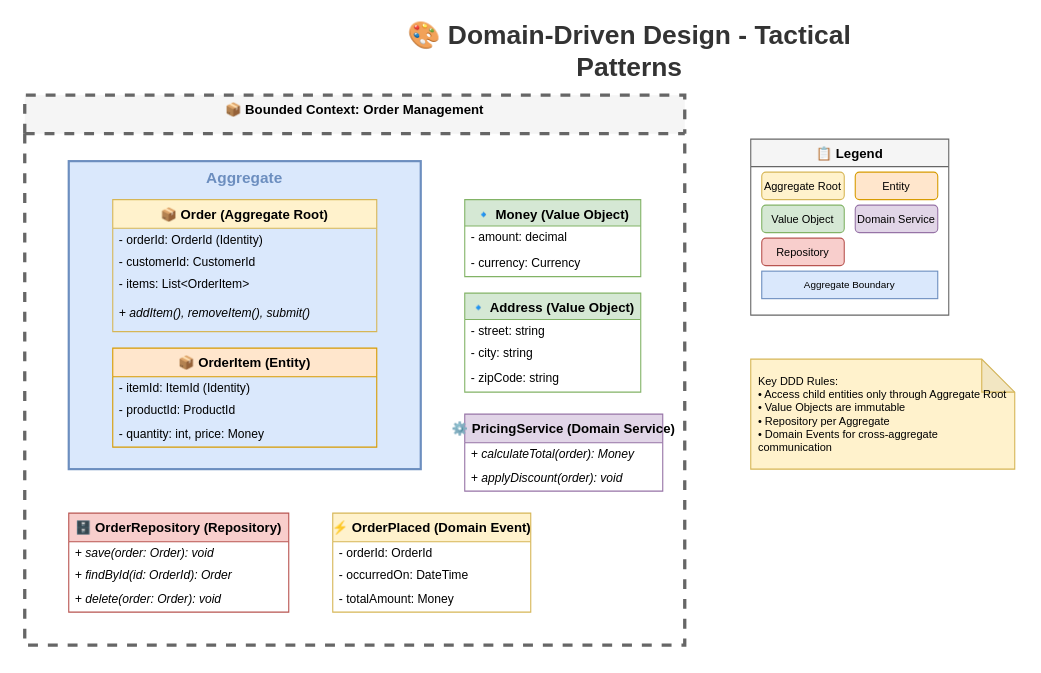
Before: lesson-01-software-design-architecture/01-design-patterns/1.5-ddd-bounded-context.drawio in MrParkerZ7/document-lesson-software-architect-x-claude, a draw.io diagram. Source tidied: cells renumbered, new cells numbered last; positions are measured from the earlier drawing's top-left corner, leaving out a move shared by most shapes. Both pictures are drawn from the tidied source at 110%, with x=0, y=0 at pixel (24, 29).
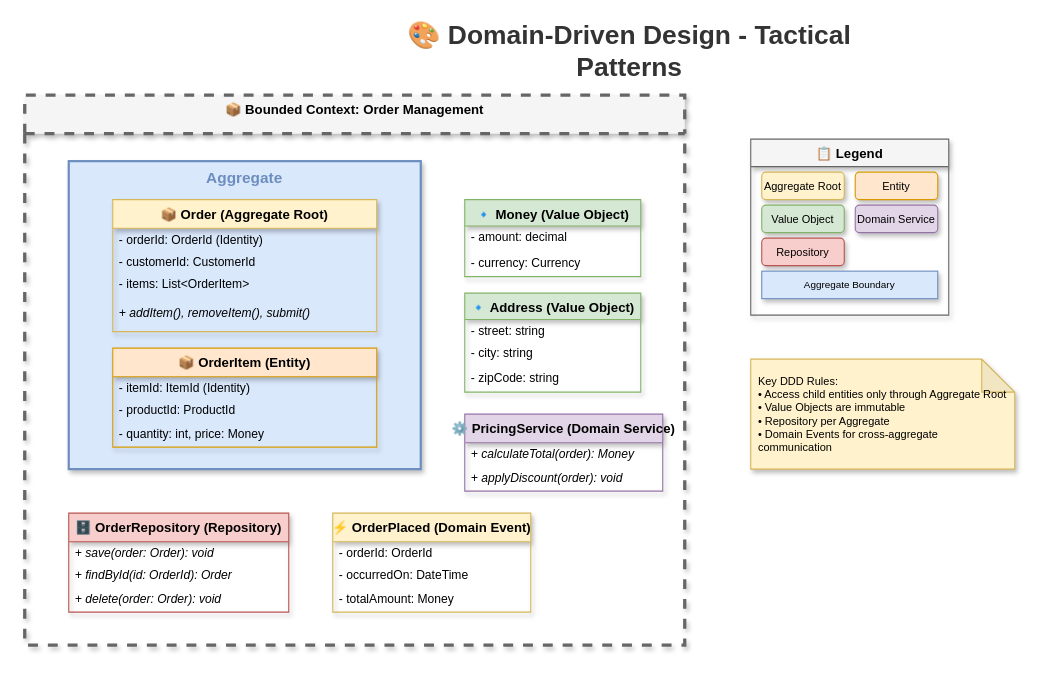
After the change.

The edit, as a diff of the source:
```diff
@@
-    <mxCell id="3" value="📦 Bounded Context: Order Management" style="swimlane;fontStyle=1;align=center;verticalAlign=top;horizontal=1;startSize=35;fillColor=#f5f5f5;strokeColor=#666666;strokeWidth=3;dashed=1;" parent="1" vertex="1">
+    <mxCell id="3" value="📦 Bounded Context: Order Management" style="swimlane;fontStyle=1;align=center;verticalAlign=top;horizontal=1;startSize=35;fillColor=#f5f5f5;strokeColor=#666666;strokeWidth=3;dashed=1;shadow=1;rounded=0;" parent="1" vertex="1">
       <mxGeometry y="60" width="600" height="500" as="geometry" />
     </mxCell>
-    <mxCell id="4" style="rounded=0;whiteSpace=wrap;html=1;fillColor=#dae8fc;strokeColor=#6c8ebf;strokeWidth=2;" parent="1" vertex="1">
+    <mxCell id="4" style="rounded=0;whiteSpace=wrap;html=1;fillColor=#dae8fc;strokeColor=#6c8ebf;strokeWidth=2;shadow=1;" parent="1" vertex="1">
       <mxGeometry x="40" y="120" width="320" height="280" as="geometry" />
     </mxCell>
@@
-    <mxCell id="6" value="📦 Order (Aggregate Root)" style="swimlane;fontStyle=1;align=center;verticalAlign=top;horizontal=1;startSize=26;fillColor=#fff2cc;strokeColor=#d6b656;" parent="1" vertex="1">
+    <mxCell id="6" value="📦 Order (Aggregate Root)" style="swimlane;fontStyle=1;align=center;verticalAlign=top;horizontal=1;startSize=26;fillColor=#fff2cc;strokeColor=#d6b656;shadow=1;rounded=0;" parent="1" vertex="1">
       <mxGeometry x="80" y="155" width="240" height="120" as="geometry" />
     </mxCell>
@@
-    <mxCell id="11" value="📦 OrderItem (Entity)" style="swimlane;fontStyle=1;align=center;verticalAlign=top;horizontal=1;startSize=26;fillColor=#ffe6cc;strokeColor=#d79b00;" parent="1" vertex="1">
+    <mxCell id="11" value="📦 OrderItem (Entity)" style="swimlane;fontStyle=1;align=center;verticalAlign=top;horizontal=1;startSize=26;fillColor=#ffe6cc;strokeColor=#d79b00;shadow=1;rounded=0;" parent="1" vertex="1">
       <mxGeometry x="80" y="290" width="240" height="90" as="geometry" />
     </mxCell>
@@
-    <mxCell id="15" value="🔹 Money (Value Object)" style="swimlane;fontStyle=1;align=center;verticalAlign=top;horizontal=1;startSize=24;fillColor=#d5e8d4;strokeColor=#82b366;" parent="1" vertex="1">
+    <mxCell id="15" value="🔹 Money (Value Object)" style="swimlane;fontStyle=1;align=center;verticalAlign=top;horizontal=1;startSize=24;fillColor=#d5e8d4;strokeColor=#82b366;shadow=1;rounded=0;" parent="1" vertex="1">
       <mxGeometry x="400" y="155" width="160" height="70" as="geometry" />
     </mxCell>
@@
-    <mxCell id="18" value="🔹 Address (Value Object)" style="swimlane;fontStyle=1;align=center;verticalAlign=top;horizontal=1;startSize=24;fillColor=#d5e8d4;strokeColor=#82b366;" parent="1" vertex="1">
+    <mxCell id="18" value="🔹 Address (Value Object)" style="swimlane;fontStyle=1;align=center;verticalAlign=top;horizontal=1;startSize=24;fillColor=#d5e8d4;strokeColor=#82b366;shadow=1;rounded=0;" parent="1" vertex="1">
       <mxGeometry x="400" y="240" width="160" height="90" as="geometry" />
     </mxCell>
@@
-    <mxCell id="22" value="⚙️ PricingService (Domain Service)" style="swimlane;fontStyle=1;align=center;verticalAlign=top;horizontal=1;startSize=26;fillColor=#e1d5e7;strokeColor=#9673a6;" parent="1" vertex="1">
+    <mxCell id="22" value="⚙️ PricingService (Domain Service)" style="swimlane;fontStyle=1;align=center;verticalAlign=top;horizontal=1;startSize=26;fillColor=#e1d5e7;strokeColor=#9673a6;shadow=1;rounded=0;" parent="1" vertex="1">
       <mxGeometry x="400" y="350" width="180" height="70" as="geometry" />
     </mxCell>
@@
-    <mxCell id="25" value="🗄️ OrderRepository (Repository)" style="swimlane;fontStyle=1;align=center;verticalAlign=top;horizontal=1;startSize=26;fillColor=#f8cecc;strokeColor=#b85450;" parent="1" vertex="1">
+    <mxCell id="25" value="🗄️ OrderRepository (Repository)" style="swimlane;fontStyle=1;align=center;verticalAlign=top;horizontal=1;startSize=26;fillColor=#f8cecc;strokeColor=#b85450;shadow=1;rounded=0;" parent="1" vertex="1">
       <mxGeometry x="40" y="440" width="200" height="90" as="geometry" />
     </mxCell>
@@
-    <mxCell id="29" value="⚡ OrderPlaced (Domain Event)" style="swimlane;fontStyle=1;align=center;verticalAlign=top;horizontal=1;startSize=26;fillColor=#fff2cc;strokeColor=#d6b656;" parent="1" vertex="1">
+    <mxCell id="29" value="⚡ OrderPlaced (Domain Event)" style="swimlane;fontStyle=1;align=center;verticalAlign=top;horizontal=1;startSize=26;fillColor=#fff2cc;strokeColor=#d6b656;shadow=1;rounded=0;" parent="1" vertex="1">
       <mxGeometry x="280" y="440" width="180" height="90" as="geometry" />
     </mxCell>
@@
-    <mxCell id="33" value="📋 Legend" style="swimlane;fontStyle=1;align=center;verticalAlign=top;horizontal=1;startSize=25;fillColor=#f5f5f5;strokeColor=#666666;" parent="1" vertex="1">
+    <mxCell id="33" value="📋 Legend" style="swimlane;fontStyle=1;align=center;verticalAlign=top;horizontal=1;startSize=25;fillColor=#f5f5f5;strokeColor=#666666;shadow=1;rounded=0;" parent="1" vertex="1">
       <mxGeometry x="660" y="100" width="180" height="160" as="geometry" />
     </mxCell>
-    <mxCell id="34" value="Aggregate Root" style="rounded=1;whiteSpace=wrap;html=1;fillColor=#fff2cc;strokeColor=#d6b656;fontSize=10;" parent="33" vertex="1">
+    <mxCell id="34" value="Aggregate Root" style="rounded=1;whiteSpace=wrap;html=1;fillColor=#fff2cc;strokeColor=#d6b656;fontSize=10;shadow=1;" parent="33" vertex="1">
       <mxGeometry x="10" y="30" width="75" height="25" as="geometry" />
     </mxCell>
-    <mxCell id="35" value="Entity" style="rounded=1;whiteSpace=wrap;html=1;fillColor=#ffe6cc;strokeColor=#d79b00;fontSize=10;" parent="33" vertex="1">
+    <mxCell id="35" value="Entity" style="rounded=1;whiteSpace=wrap;html=1;fillColor=#ffe6cc;strokeColor=#d79b00;fontSize=10;shadow=1;" parent="33" vertex="1">
       <mxGeometry x="95" y="30" width="75" height="25" as="geometry" />
     </mxCell>
-    <mxCell id="36" value="Value Object" style="rounded=1;whiteSpace=wrap;html=1;fillColor=#d5e8d4;strokeColor=#82b366;fontSize=10;" parent="33" vertex="1">
+    <mxCell id="36" value="Value Object" style="rounded=1;whiteSpace=wrap;html=1;fillColor=#d5e8d4;strokeColor=#82b366;fontSize=10;shadow=1;" parent="33" vertex="1">
       <mxGeometry x="10" y="60" width="75" height="25" as="geometry" />
     </mxCell>
-    <mxCell id="37" value="Domain Service" style="rounded=1;whiteSpace=wrap;html=1;fillColor=#e1d5e7;strokeColor=#9673a6;fontSize=10;" parent="33" vertex="1">
+    <mxCell id="37" value="Domain Service" style="rounded=1;whiteSpace=wrap;html=1;fillColor=#e1d5e7;strokeColor=#9673a6;fontSize=10;shadow=1;" parent="33" vertex="1">
       <mxGeometry x="95" y="60" width="75" height="25" as="geometry" />
     </mxCell>
-    <mxCell id="38" value="Repository" style="rounded=1;whiteSpace=wrap;html=1;fillColor=#f8cecc;strokeColor=#b85450;fontSize=10;" parent="33" vertex="1">
+    <mxCell id="38" value="Repository" style="rounded=1;whiteSpace=wrap;html=1;fillColor=#f8cecc;strokeColor=#b85450;fontSize=10;shadow=1;" parent="33" vertex="1">
       <mxGeometry x="10" y="90" width="75" height="25" as="geometry" />
     </mxCell>
-    <mxCell id="39" value="Aggregate Boundary" style="rounded=0;whiteSpace=wrap;html=1;fillColor=#dae8fc;strokeColor=#6c8ebf;fontSize=9;" parent="33" vertex="1">
+    <mxCell id="39" value="Aggregate Boundary" style="rounded=0;whiteSpace=wrap;html=1;fillColor=#dae8fc;strokeColor=#6c8ebf;fontSize=9;shadow=1;" parent="33" vertex="1">
       <mxGeometry x="10" y="120" width="160" height="25" as="geometry" />
     </mxCell>
-    <mxCell id="40" value="Key DDD Rules:&#10;• Access child entities only through Aggregate Root&#10;• Value Objects are immutable&#10;• Repository per Aggregate&#10;• Domain Events for cross-aggregate communication" style="shape=note;whiteSpace=wrap;html=1;backgroundOutline=1;darkOpacity=0.05;fillColor=#fff2cc;strokeColor=#d6b656;fontSize=10;align=left;spacingLeft=5;" parent="1" vertex="1">
+    <mxCell id="40" value="Key DDD Rules:&#10;• Access child entities only through Aggregate Root&#10;• Value Objects are immutable&#10;• Repository per Aggregate&#10;• Domain Events for cross-aggregate communication" style="shape=note;whiteSpace=wrap;html=1;backgroundOutline=1;darkOpacity=0.05;fillColor=#fff2cc;strokeColor=#d6b656;fontSize=10;align=left;spacingLeft=5;shadow=1;" parent="1" vertex="1">
       <mxGeometry x="660" y="300" width="240" height="100" as="geometry" />
     </mxCell>
```
